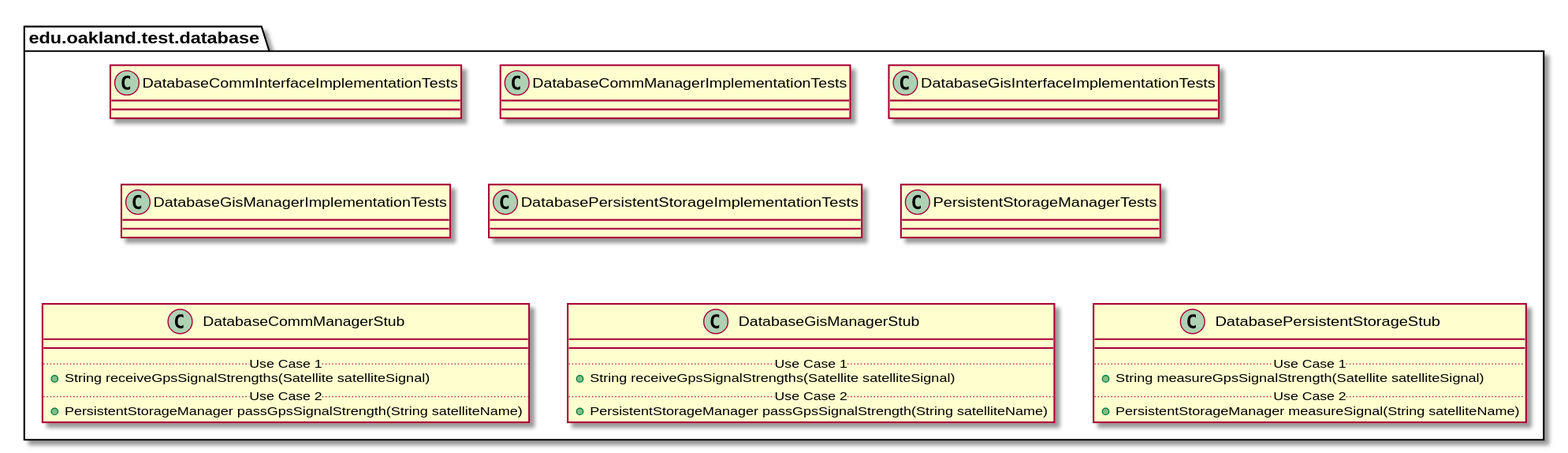
andrewdimmer/csi-3370-software-project keeps this PlantUML diagram as docs/uml-class-diagrams/database/test/DatabaseTestPackage.svg. Above is the earlier version.
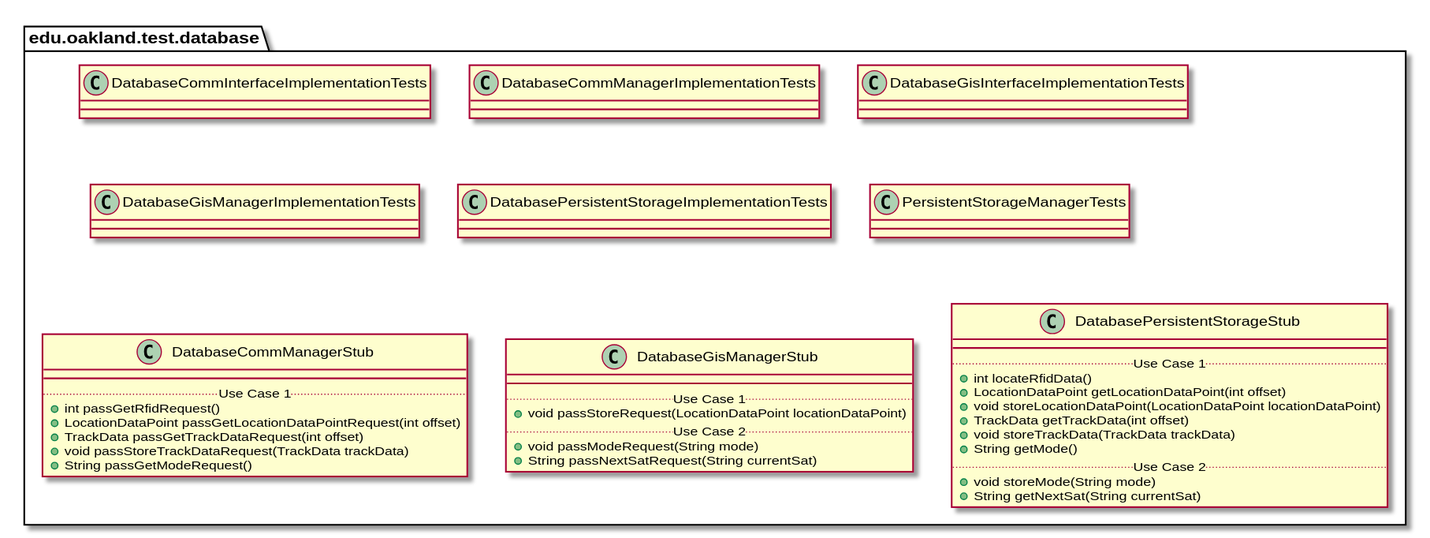
Above is the later version.

What changed in the source:
```diff
@@ -51,9 +51,11 @@
     class DatabaseCommManagerStub {
         __
         .. Use Case 1 ..
-        + String receiveGpsSignalStrengths(Satellite satelliteSignal)
-        .. Use Case 2 ..
-        + PersistentStorageManager passGpsSignalStrength(String satelliteName)
+        + int passGetRfidRequest()
+        + LocationDataPoint passGetLocationDataPointRequest(int offset)
+        + TrackData passGetTrackDataRequest(int offset)
+        + void passStoreTrackDataRequest(TrackData trackData)
+        + String passGetModeRequest()
     }
 }
 
@@ -62,9 +64,10 @@
     class DatabaseGisManagerStub {
         __
         .. Use Case 1 ..
-        + String receiveGpsSignalStrengths(Satellite satelliteSignal)
+        + void passStoreRequest(LocationDataPoint locationDataPoint)
         .. Use Case 2 ..
-        + PersistentStorageManager passGpsSignalStrength(String satelliteName)
+        + void passModeRequest(String mode)
+        + String passNextSatRequest(String currentSat)
     }
 }
 
@@ -73,9 +76,15 @@
     class DatabasePersistentStorageStub {
         __
         .. Use Case 1 ..
-        + String measureGpsSignalStrength(Satellite satelliteSignal)
+        + int locateRfidData()
+        + LocationDataPoint getLocationDataPoint(int offset)
+        + void storeLocationDataPoint(LocationDataPoint locationDataPoint)
+        + TrackData getTrackData(int offset)
+        + void storeTrackData(TrackData trackData)
+        + String getMode()
         .. Use Case 2 ..
-        + PersistentStorageManager measureSignal(String satelliteName)
+        + void storeMode(String mode)
+        + String getNextSat(String currentSat)
     }
 }
 
```
